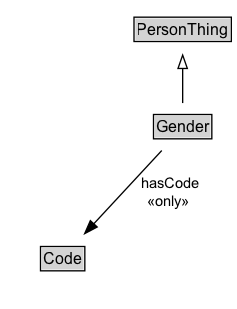
ISO-TC204/ontology-cdm-p2-v1 keeps this Graphviz diagram as docs/diagrams/Gender.dot.png. Above is the earlier version. Its source is kept beside it as docs/diagrams/Gender.dot. Its diagram source:
```dot
digraph {
	graph [overlap=false rankdir=TB splines=true]
	node [fontname=Arial fontsize=12 margin=0 shape=none]
	edge [fontname=Arial fontsize=11]
	{
		rank=max
		Gender [label=<<TABLE BORDER="1" CELLBORDER="0" CELLSPACING="0" CELLPADDING="1"><TR><TD BGCOLOR="lightgray" ALIGN="CENTER" PORT="e">Gender</TD></TR></TABLE>> URL="../Gender.md" margin=0]
	}
	subgraph cluster_associated {
		label="" style=invis
		Invis [label=<<TABLE BORDER="0" CELLBORDER="0" CELLSPACING="0" CELLPADDING="1"><TR><TD></TD></TR></TABLE>> margin=0 style=invis]
		Code [label=<<TABLE BORDER="1" CELLBORDER="0" CELLSPACING="0" CELLPADDING="1"><TR><TD BGCOLOR="lightgray" ALIGN="CENTER">Code</TD></TR></TABLE>> URL="../Code.md" margin=0]
	}
	PersonThing [label=<<TABLE BORDER="1" CELLBORDER="0" CELLSPACING="0" CELLPADDING="1"><TR><TD BGCOLOR="lightgray" ALIGN="CENTER">PersonThing</TD></TR></TABLE>> URL="../PersonThing.md" margin=0]
	Gender -> PersonThing [arrowhead=onormal style=solid]
	Gender -> Invis [style=invis]
	Invis -> Code [style=invis]
	Gender -> Code [label=" hasCode
 «only»  " arrowhead=normal style=solid]
}
```
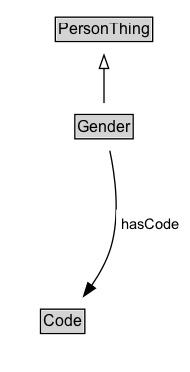
After the change.

Change to the diagram source:
```diff
@@ -3,18 +3,21 @@
 	node [fontname=Arial fontsize=12 margin=0 shape=none]
 	edge [fontname=Arial fontsize=11]
 	{
+		rank=source
+		PersonThing [label=<<TABLE BORDER="1" CELLBORDER="0" CELLSPACING="0" CELLPADDING="1"><TR><TD BGCOLOR="lightgray" ALIGN="CENTER">PersonThing</TD></TR></TABLE>> URL="../PersonThing" margin=0]
+	}
+	Gender [label=<<TABLE BORDER="1" CELLBORDER="0" CELLSPACING="0" CELLPADDING="1"><TR><TD BGCOLOR="lightgray" ALIGN="CENTER">Gender</TD></TR></TABLE>> URL="../Gender" margin=0]
+	{
 		rank=max
-		Gender [label=<<TABLE BORDER="1" CELLBORDER="0" CELLSPACING="0" CELLPADDING="1"><TR><TD BGCOLOR="lightgray" ALIGN="CENTER" PORT="e">Gender</TD></TR></TABLE>> URL="../Gender.md" margin=0]
 	}
 	subgraph cluster_associated {
 		label="" style=invis
 		Invis [label=<<TABLE BORDER="0" CELLBORDER="0" CELLSPACING="0" CELLPADDING="1"><TR><TD></TD></TR></TABLE>> margin=0 style=invis]
-		Code [label=<<TABLE BORDER="1" CELLBORDER="0" CELLSPACING="0" CELLPADDING="1"><TR><TD BGCOLOR="lightgray" ALIGN="CENTER">Code</TD></TR></TABLE>> URL="../Code.md" margin=0]
+		Code [label=<<TABLE BORDER="1" CELLBORDER="0" CELLSPACING="0" CELLPADDING="1"><TR><TD BGCOLOR="lightgray" ALIGN="CENTER">Code</TD></TR></TABLE>> URL="../Code" margin=0]
 	}
-	PersonThing [label=<<TABLE BORDER="1" CELLBORDER="0" CELLSPACING="0" CELLPADDING="1"><TR><TD BGCOLOR="lightgray" ALIGN="CENTER">PersonThing</TD></TR></TABLE>> URL="../PersonThing.md" margin=0]
 	Gender -> PersonThing [arrowhead=onormal style=solid]
 	Gender -> Invis [style=invis]
 	Invis -> Code [style=invis]
-	Gender -> Code [label=" hasCode
- «only»  " arrowhead=normal style=solid]
+	Code [label=<<TABLE BORDER="1" CELLBORDER="0" CELLSPACING="0" CELLPADDING="1"><TR><TD BGCOLOR="lightgray" ALIGN="CENTER">Code</TD></TR></TABLE>> URL="../Code" margin=0]
+	Gender -> Code [label=<<TABLE BORDER="0" CELLBORDER="0" CELLSPACING="0" CELLPADDING="4" BGCOLOR="white"><TR><TD ALIGN="CENTER">hasCode</TD></TR></TABLE>> arrowhead=normal style=solid]
 }
```
